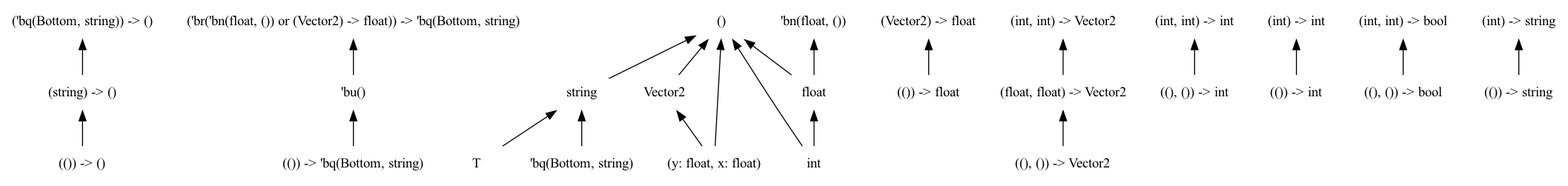
The Graphviz diagram dots/png/7.dot.png in chocobo333/regino, before a commit. Its source is kept beside it as dots/7.dot.
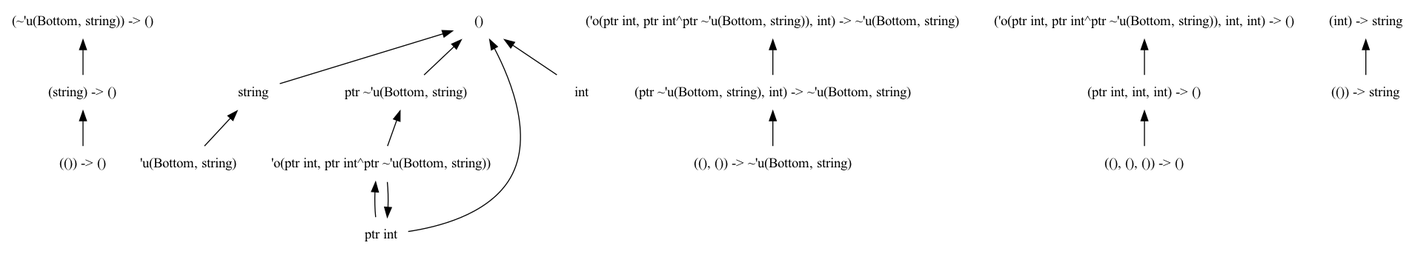
After the commit.

What changed in the source:
```diff
@@ -9,52 +9,25 @@
     dir = back
     ];
   "(string) -> ()"
-  "('br('bn(float, ()) or (Vector2) -> float)) -> 'bq(Bottom, string)"
   "(()) -> ()"
+  "(ptr ~int, int) -> ~int"
   "string"
-  "Vector2"
-  "(()) -> 'bq(Bottom, string)"
-  "'bu()"
-  "(()) -> float"
-  "T"
-  "'bq(Bottom, string)"
-  "((), ()) -> Vector2"
-  "(int, int) -> Vector2"
+  "(ptr int, int, int) -> ()"
   "((), ()) -> int"
-  "(int) -> int"
-  "(int, int) -> int"
   "()"
-  "(int, int) -> bool"
-  "(float, float) -> Vector2"
+  "ptr int"
+  "((), (), ()) -> ()"
   "(()) -> string"
-  "(Vector2) -> float"
-  "(y: float, x: float)"
+  "(int) -> ()"
   "(int) -> string"
-  "float"
-  "'bn(float, ())"
-  "('bq(Bottom, string)) -> ()"
-  "(()) -> int"
   "int"
-  "((), ()) -> bool"
   "(string) -> ()" -> "(()) -> ()"
-  "('br('bn(float, ()) or (Vector2) -> float)) -> 'bq(Bottom, string)" -> "'bu()"
-  "string" -> "T"
-  "string" -> "'bq(Bottom, string)"
-  "Vector2" -> "(y: float, x: float)"
-  "'bu()" -> "(()) -> 'bq(Bottom, string)"
-  "(int, int) -> Vector2" -> "(float, float) -> Vector2"
-  "(int) -> int" -> "(()) -> int"
-  "(int, int) -> int" -> "((), ()) -> int"
+  "(ptr ~int, int) -> ~int" -> "((), ()) -> int"
+  "string" -> "int"
+  "(int) -> ()" -> "(string) -> ()"
+  "(int) -> string" -> "(()) -> string"
+  "(ptr int, int, int) -> ()" -> "((), (), ()) -> ()"
   "()" -> "string"
-  "()" -> "Vector2"
-  "()" -> "(y: float, x: float)"
-  "()" -> "float"
   "()" -> "int"
-  "(int, int) -> bool" -> "((), ()) -> bool"
-  "(float, float) -> Vector2" -> "((), ()) -> Vector2"
-  "(Vector2) -> float" -> "(()) -> float"
-  "(int) -> string" -> "(()) -> string"
-  "float" -> "int"
-  "'bn(float, ())" -> "float"
-  "('bq(Bottom, string)) -> ()" -> "(string) -> ()"
+  "()" -> "ptr int"
 }
```
